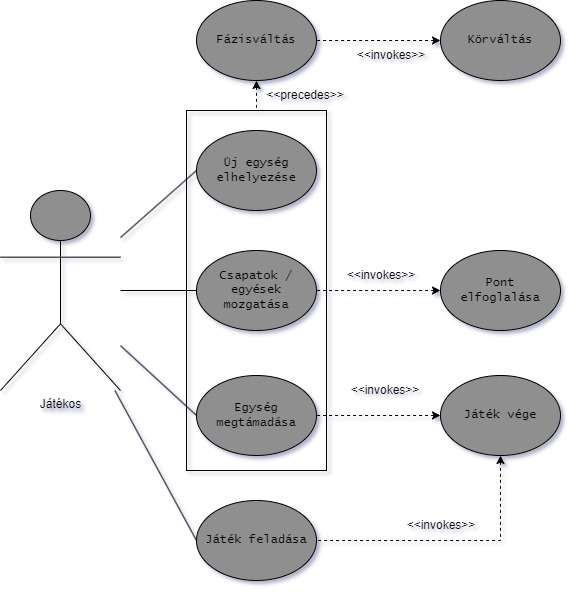
Before: Documents/Diagram/UseCase_Ingame.png, a diagram exported from draw.io (GrG0312/Szakdolgozat). Source tidied: cells renumbered, new cells last; positions are measured from the earlier drawing's top-left corner, leaving out a move shared by most shapes. Its diagram source:
```xml
<mxGraphModel>
  <root>
    <mxCell id="0" />
    <mxCell id="1" parent="0" />
    <mxCell id="2" style="rounded=0;whiteSpace=wrap;html=1;fillColor=none;" parent="1" vertex="1">
      <mxGeometry x="186" y="110" width="140" height="360" as="geometry" />
    </mxCell>
    <mxCell id="3" value="Játékos" style="shape=umlActor;verticalLabelPosition=bottom;verticalAlign=top;html=1;outlineConnect=0;gradientColor=none;fillColor=#8f8f8f;textShadow=1;labelBorderColor=none;labelBackgroundColor=none;" parent="1" vertex="1">
      <mxGeometry y="190" width="120" height="200" as="geometry" />
    </mxCell>
    <mxCell id="4" value="Csapatok / egyések mozgatása" style="ellipse;whiteSpace=wrap;html=1;fontFamily=Lucida Console;fontSize=12;textShadow=0;gradientColor=none;fillColor=#8f8f8f;spacingLeft=5;spacingRight=5;" parent="1" vertex="1">
      <mxGeometry x="196" y="250" width="120" height="80" as="geometry" />
    </mxCell>
    <mxCell id="5" value="Egység megtámadása" style="ellipse;whiteSpace=wrap;html=1;fontFamily=Lucida Console;fontSize=12;textShadow=0;gradientColor=none;fillColor=#8f8f8f;spacingLeft=5;spacingRight=5;" parent="1" vertex="1">
      <mxGeometry x="196" y="375" width="120" height="80" as="geometry" />
    </mxCell>
    <mxCell id="6" style="endArrow=none;html=1;rounded=0;entryX=0;entryY=0.5;entryDx=0;entryDy=0;" parent="1" edge="1" source="3" target="4">
      <mxGeometry relative="1" as="geometry" />
    </mxCell>
    <mxCell id="7" style="endArrow=none;html=1;rounded=0;entryX=0;entryY=0.5;entryDx=0;entryDy=0;" parent="1" edge="1" source="3" target="5">
      <mxGeometry relative="1" as="geometry" />
    </mxCell>
    <mxCell id="8" value="Pont elfoglalása" style="ellipse;whiteSpace=wrap;html=1;fontFamily=Lucida Console;fontSize=12;textShadow=0;gradientColor=none;fillColor=#8f8f8f;spacingLeft=5;spacingRight=5;" parent="1" vertex="1">
      <mxGeometry x="440" y="250" width="120" height="80" as="geometry" />
    </mxCell>
    <mxCell id="9" style="endArrow=none;dashed=1;html=1;rounded=0;exitX=0;exitY=0.5;exitDx=0;exitDy=0;entryX=1;entryY=0.5;entryDx=0;entryDy=0;startArrow=classic;startFill=1;" parent="1" edge="1" source="8" target="4">
      <mxGeometry relative="1" as="geometry" />
    </mxCell>
    <mxCell id="10" value="Játék vége" style="ellipse;whiteSpace=wrap;html=1;fontFamily=Lucida Console;fontSize=12;textShadow=0;gradientColor=none;fillColor=#8f8f8f;spacingLeft=5;spacingRight=5;" parent="1" vertex="1">
      <mxGeometry x="440" y="375" width="120" height="80" as="geometry" />
    </mxCell>
    <mxCell id="11" style="endArrow=none;dashed=1;html=1;rounded=0;exitX=0;exitY=0.5;exitDx=0;exitDy=0;entryX=1;entryY=0.5;entryDx=0;entryDy=0;startArrow=classic;startFill=1;" parent="1" edge="1" source="10" target="5">
      <mxGeometry relative="1" as="geometry" />
    </mxCell>
    <mxCell id="12" value="&amp;lt;&amp;lt;invokes&amp;gt;&amp;gt;" style="text;html=1;align=center;verticalAlign=middle;whiteSpace=wrap;rounded=0;" parent="1" vertex="1">
      <mxGeometry x="330" y="375" width="110" height="30" as="geometry" />
    </mxCell>
    <mxCell id="13" value="&amp;lt;&amp;lt;invokes&lt;span style=&quot;background-color: initial;&quot;&gt;&amp;gt;&amp;gt;&lt;/span&gt;" style="text;html=1;align=center;verticalAlign=middle;whiteSpace=wrap;rounded=0;" parent="1" vertex="1">
      <mxGeometry x="326" y="260" width="110" height="30" as="geometry" />
    </mxCell>
    <mxCell id="14" value="Fázisváltás" style="ellipse;whiteSpace=wrap;html=1;fontFamily=Lucida Console;fontSize=12;textShadow=0;gradientColor=none;fillColor=#8f8f8f;spacingLeft=5;spacingRight=5;" parent="1" vertex="1">
      <mxGeometry x="196" width="120" height="80" as="geometry" />
    </mxCell>
    <mxCell id="15" value="Körváltás" style="ellipse;whiteSpace=wrap;html=1;fontFamily=Lucida Console;fontSize=12;textShadow=0;gradientColor=none;fillColor=#8f8f8f;spacingLeft=5;spacingRight=5;" parent="1" vertex="1">
      <mxGeometry x="440" width="120" height="80" as="geometry" />
    </mxCell>
    <mxCell id="16" value="Új egység elhelyezése" style="ellipse;whiteSpace=wrap;html=1;fontFamily=Lucida Console;fontSize=12;textShadow=0;gradientColor=none;fillColor=#8f8f8f;spacingLeft=5;spacingRight=5;" parent="1" vertex="1">
      <mxGeometry x="196" y="130" width="120" height="80" as="geometry" />
    </mxCell>
    <mxCell id="17" style="endArrow=none;dashed=1;html=1;rounded=0;exitX=0.5;exitY=1;exitDx=0;exitDy=0;entryX=0.5;entryY=0;entryDx=0;entryDy=0;startArrow=classic;startFill=1;" parent="1" edge="1" source="14" target="2">
      <mxGeometry relative="1" as="geometry" />
    </mxCell>
    <mxCell id="18" value="&amp;lt;&amp;lt;precedes&lt;span style=&quot;background-color: initial;&quot;&gt;&amp;gt;&amp;gt;&lt;/span&gt;" style="text;html=1;align=center;verticalAlign=middle;whiteSpace=wrap;rounded=0;" parent="1" vertex="1">
      <mxGeometry x="250" y="80" width="110" height="30" as="geometry" />
    </mxCell>
    <mxCell id="19" value="&amp;lt;&amp;lt;invokes&lt;span style=&quot;background-color: initial;&quot;&gt;&amp;gt;&amp;gt;&lt;/span&gt;" style="text;html=1;align=center;verticalAlign=middle;whiteSpace=wrap;rounded=0;" parent="1" vertex="1">
      <mxGeometry x="336" y="40" width="110" height="30" as="geometry" />
    </mxCell>
    <mxCell id="20" style="endArrow=none;dashed=1;html=1;rounded=0;entryX=1;entryY=0.5;entryDx=0;entryDy=0;startArrow=classic;startFill=1;exitX=0;exitY=0.5;exitDx=0;exitDy=0;" parent="1" edge="1" source="15" target="14">
      <mxGeometry relative="1" as="geometry" />
    </mxCell>
    <mxCell id="21" value="Játék feladása" style="ellipse;whiteSpace=wrap;html=1;fontFamily=Lucida Console;fontSize=12;textShadow=0;gradientColor=none;fillColor=#8f8f8f;spacingLeft=5;spacingRight=5;" parent="1" vertex="1">
      <mxGeometry x="196" y="500" width="120" height="80" as="geometry" />
    </mxCell>
    <mxCell id="22" style="endArrow=none;html=1;rounded=0;exitX=0;exitY=0.5;exitDx=0;exitDy=0;" parent="1" edge="1" source="21" target="3">
      <mxGeometry relative="1" as="geometry" />
    </mxCell>
    <mxCell id="23" style="endArrow=none;html=1;rounded=0;entryX=0;entryY=0.5;entryDx=0;entryDy=0;" parent="1" edge="1" source="3" target="16">
      <mxGeometry relative="1" as="geometry" />
    </mxCell>
    <mxCell id="24" style="endArrow=none;dashed=1;html=1;rounded=0;exitX=0.5;exitY=1;exitDx=0;exitDy=0;entryX=1;entryY=0.5;entryDx=0;entryDy=0;startArrow=classic;startFill=1;" parent="1" edge="1" source="10" target="21">
      <mxGeometry relative="1" as="geometry">
        <Array as="points">
          <mxPoint x="500" y="540" />
        </Array>
      </mxGeometry>
    </mxCell>
    <mxCell id="25" value="&amp;lt;&amp;lt;invokes&amp;gt;&amp;gt;" style="text;html=1;align=center;verticalAlign=middle;whiteSpace=wrap;rounded=0;" parent="1" vertex="1">
      <mxGeometry x="386" y="510" width="110" height="30" as="geometry" />
    </mxCell>
  </root>
</mxGraphModel>
```
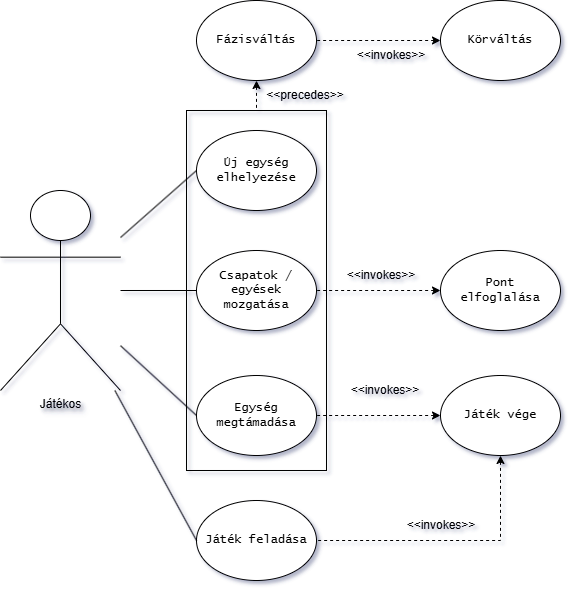
The same file after the commit.

The edit, as a diff of the source:
```diff
@@ -2,80 +2,80 @@
   <root>
     <mxCell id="0" />
     <mxCell id="1" parent="0" />
-    <mxCell id="2" style="rounded=0;whiteSpace=wrap;html=1;fillColor=none;" parent="1" vertex="1">
+    <mxCell id="2" style="rounded=0;whiteSpace=wrap;html=1;fillColor=none;labelBackgroundColor=none;" parent="1" vertex="1">
       <mxGeometry x="186" y="110" width="140" height="360" as="geometry" />
     </mxCell>
-    <mxCell id="3" value="Játékos" style="shape=umlActor;verticalLabelPosition=bottom;verticalAlign=top;html=1;outlineConnect=0;gradientColor=none;fillColor=#8f8f8f;textShadow=1;labelBorderColor=none;labelBackgroundColor=none;" parent="1" vertex="1">
+    <mxCell id="3" value="Játékos" style="shape=umlActor;verticalLabelPosition=bottom;verticalAlign=top;html=1;outlineConnect=0;textShadow=1;labelBorderColor=none;labelBackgroundColor=none;" parent="1" vertex="1">
       <mxGeometry y="190" width="120" height="200" as="geometry" />
     </mxCell>
-    <mxCell id="4" value="Csapatok / egyések mozgatása" style="ellipse;whiteSpace=wrap;html=1;fontFamily=Lucida Console;fontSize=12;textShadow=0;gradientColor=none;fillColor=#8f8f8f;spacingLeft=5;spacingRight=5;" parent="1" vertex="1">
+    <mxCell id="4" value="Csapatok / egyések mozgatása" style="ellipse;whiteSpace=wrap;html=1;fontFamily=Lucida Console;fontSize=12;textShadow=0;spacingLeft=5;spacingRight=5;labelBackgroundColor=none;" parent="1" vertex="1">
       <mxGeometry x="196" y="250" width="120" height="80" as="geometry" />
     </mxCell>
-    <mxCell id="5" value="Egység megtámadása" style="ellipse;whiteSpace=wrap;html=1;fontFamily=Lucida Console;fontSize=12;textShadow=0;gradientColor=none;fillColor=#8f8f8f;spacingLeft=5;spacingRight=5;" parent="1" vertex="1">
+    <mxCell id="5" value="Egység megtámadása" style="ellipse;whiteSpace=wrap;html=1;fontFamily=Lucida Console;fontSize=12;textShadow=0;spacingLeft=5;spacingRight=5;labelBackgroundColor=none;" parent="1" vertex="1">
       <mxGeometry x="196" y="375" width="120" height="80" as="geometry" />
     </mxCell>
-    <mxCell id="6" style="endArrow=none;html=1;rounded=0;entryX=0;entryY=0.5;entryDx=0;entryDy=0;" parent="1" edge="1" source="3" target="4">
+    <mxCell id="6" style="endArrow=none;html=1;rounded=0;entryX=0;entryY=0.5;entryDx=0;entryDy=0;labelBackgroundColor=none;fontColor=default;" parent="1" edge="1" source="3" target="4">
       <mxGeometry relative="1" as="geometry" />
     </mxCell>
-    <mxCell id="7" style="endArrow=none;html=1;rounded=0;entryX=0;entryY=0.5;entryDx=0;entryDy=0;" parent="1" edge="1" source="3" target="5">
+    <mxCell id="7" style="endArrow=none;html=1;rounded=0;entryX=0;entryY=0.5;entryDx=0;entryDy=0;labelBackgroundColor=none;fontColor=default;" parent="1" edge="1" source="3" target="5">
       <mxGeometry relative="1" as="geometry" />
     </mxCell>
-    <mxCell id="8" value="Pont elfoglalása" style="ellipse;whiteSpace=wrap;html=1;fontFamily=Lucida Console;fontSize=12;textShadow=0;gradientColor=none;fillColor=#8f8f8f;spacingLeft=5;spacingRight=5;" parent="1" vertex="1">
+    <mxCell id="8" value="Pont elfoglalása" style="ellipse;whiteSpace=wrap;html=1;fontFamily=Lucida Console;fontSize=12;textShadow=0;spacingLeft=5;spacingRight=5;labelBackgroundColor=none;" parent="1" vertex="1">
       <mxGeometry x="440" y="250" width="120" height="80" as="geometry" />
     </mxCell>
-    <mxCell id="9" style="endArrow=none;dashed=1;html=1;rounded=0;exitX=0;exitY=0.5;exitDx=0;exitDy=0;entryX=1;entryY=0.5;entryDx=0;entryDy=0;startArrow=classic;startFill=1;" parent="1" edge="1" source="8" target="4">
+    <mxCell id="9" style="endArrow=none;dashed=1;html=1;rounded=0;exitX=0;exitY=0.5;exitDx=0;exitDy=0;entryX=1;entryY=0.5;entryDx=0;entryDy=0;startArrow=classic;startFill=1;labelBackgroundColor=none;fontColor=default;" parent="1" edge="1" source="8" target="4">
       <mxGeometry relative="1" as="geometry" />
     </mxCell>
-    <mxCell id="10" value="Játék vége" style="ellipse;whiteSpace=wrap;html=1;fontFamily=Lucida Console;fontSize=12;textShadow=0;gradientColor=none;fillColor=#8f8f8f;spacingLeft=5;spacingRight=5;" parent="1" vertex="1">
+    <mxCell id="10" value="Játék vége" style="ellipse;whiteSpace=wrap;html=1;fontFamily=Lucida Console;fontSize=12;textShadow=0;spacingLeft=5;spacingRight=5;labelBackgroundColor=none;" parent="1" vertex="1">
       <mxGeometry x="440" y="375" width="120" height="80" as="geometry" />
     </mxCell>
-    <mxCell id="11" style="endArrow=none;dashed=1;html=1;rounded=0;exitX=0;exitY=0.5;exitDx=0;exitDy=0;entryX=1;entryY=0.5;entryDx=0;entryDy=0;startArrow=classic;startFill=1;" parent="1" edge="1" source="10" target="5">
+    <mxCell id="11" style="endArrow=none;dashed=1;html=1;rounded=0;exitX=0;exitY=0.5;exitDx=0;exitDy=0;entryX=1;entryY=0.5;entryDx=0;entryDy=0;startArrow=classic;startFill=1;labelBackgroundColor=none;fontColor=default;" parent="1" edge="1" source="10" target="5">
       <mxGeometry relative="1" as="geometry" />
     </mxCell>
-    <mxCell id="12" value="&amp;lt;&amp;lt;invokes&amp;gt;&amp;gt;" style="text;html=1;align=center;verticalAlign=middle;whiteSpace=wrap;rounded=0;" parent="1" vertex="1">
+    <mxCell id="12" value="&amp;lt;&amp;lt;invokes&amp;gt;&amp;gt;" style="text;html=1;align=center;verticalAlign=middle;whiteSpace=wrap;rounded=0;labelBackgroundColor=none;" parent="1" vertex="1">
       <mxGeometry x="330" y="375" width="110" height="30" as="geometry" />
     </mxCell>
-    <mxCell id="13" value="&amp;lt;&amp;lt;invokes&lt;span style=&quot;background-color: initial;&quot;&gt;&amp;gt;&amp;gt;&lt;/span&gt;" style="text;html=1;align=center;verticalAlign=middle;whiteSpace=wrap;rounded=0;" parent="1" vertex="1">
+    <mxCell id="13" value="&amp;lt;&amp;lt;invokes&lt;span style=&quot;background-color: initial;&quot;&gt;&amp;gt;&amp;gt;&lt;/span&gt;" style="text;html=1;align=center;verticalAlign=middle;whiteSpace=wrap;rounded=0;labelBackgroundColor=none;" parent="1" vertex="1">
       <mxGeometry x="326" y="260" width="110" height="30" as="geometry" />
     </mxCell>
-    <mxCell id="14" value="Fázisváltás" style="ellipse;whiteSpace=wrap;html=1;fontFamily=Lucida Console;fontSize=12;textShadow=0;gradientColor=none;fillColor=#8f8f8f;spacingLeft=5;spacingRight=5;" parent="1" vertex="1">
+    <mxCell id="14" value="Fázisváltás" style="ellipse;whiteSpace=wrap;html=1;fontFamily=Lucida Console;fontSize=12;textShadow=0;spacingLeft=5;spacingRight=5;labelBackgroundColor=none;" parent="1" vertex="1">
       <mxGeometry x="196" width="120" height="80" as="geometry" />
     </mxCell>
-    <mxCell id="15" value="Körváltás" style="ellipse;whiteSpace=wrap;html=1;fontFamily=Lucida Console;fontSize=12;textShadow=0;gradientColor=none;fillColor=#8f8f8f;spacingLeft=5;spacingRight=5;" parent="1" vertex="1">
+    <mxCell id="15" value="Körváltás" style="ellipse;whiteSpace=wrap;html=1;fontFamily=Lucida Console;fontSize=12;textShadow=0;spacingLeft=5;spacingRight=5;labelBackgroundColor=none;" parent="1" vertex="1">
       <mxGeometry x="440" width="120" height="80" as="geometry" />
     </mxCell>
-    <mxCell id="16" value="Új egység elhelyezése" style="ellipse;whiteSpace=wrap;html=1;fontFamily=Lucida Console;fontSize=12;textShadow=0;gradientColor=none;fillColor=#8f8f8f;spacingLeft=5;spacingRight=5;" parent="1" vertex="1">
+    <mxCell id="16" value="Új egység elhelyezése" style="ellipse;whiteSpace=wrap;html=1;fontFamily=Lucida Console;fontSize=12;textShadow=0;spacingLeft=5;spacingRight=5;labelBackgroundColor=none;" parent="1" vertex="1">
       <mxGeometry x="196" y="130" width="120" height="80" as="geometry" />
     </mxCell>
-    <mxCell id="17" style="endArrow=none;dashed=1;html=1;rounded=0;exitX=0.5;exitY=1;exitDx=0;exitDy=0;entryX=0.5;entryY=0;entryDx=0;entryDy=0;startArrow=classic;startFill=1;" parent="1" edge="1" source="14" target="2">
+    <mxCell id="17" style="endArrow=none;dashed=1;html=1;rounded=0;exitX=0.5;exitY=1;exitDx=0;exitDy=0;entryX=0.5;entryY=0;entryDx=0;entryDy=0;startArrow=classic;startFill=1;labelBackgroundColor=none;fontColor=default;" parent="1" edge="1" source="14" target="2">
       <mxGeometry relative="1" as="geometry" />
     </mxCell>
-    <mxCell id="18" value="&amp;lt;&amp;lt;precedes&lt;span style=&quot;background-color: initial;&quot;&gt;&amp;gt;&amp;gt;&lt;/span&gt;" style="text;html=1;align=center;verticalAlign=middle;whiteSpace=wrap;rounded=0;" parent="1" vertex="1">
+    <mxCell id="18" value="&amp;lt;&amp;lt;precedes&lt;span style=&quot;background-color: initial;&quot;&gt;&amp;gt;&amp;gt;&lt;/span&gt;" style="text;html=1;align=center;verticalAlign=middle;whiteSpace=wrap;rounded=0;labelBackgroundColor=none;" parent="1" vertex="1">
       <mxGeometry x="250" y="80" width="110" height="30" as="geometry" />
     </mxCell>
-    <mxCell id="19" value="&amp;lt;&amp;lt;invokes&lt;span style=&quot;background-color: initial;&quot;&gt;&amp;gt;&amp;gt;&lt;/span&gt;" style="text;html=1;align=center;verticalAlign=middle;whiteSpace=wrap;rounded=0;" parent="1" vertex="1">
+    <mxCell id="19" value="&amp;lt;&amp;lt;invokes&lt;span style=&quot;background-color: initial;&quot;&gt;&amp;gt;&amp;gt;&lt;/span&gt;" style="text;html=1;align=center;verticalAlign=middle;whiteSpace=wrap;rounded=0;labelBackgroundColor=none;" parent="1" vertex="1">
       <mxGeometry x="336" y="40" width="110" height="30" as="geometry" />
     </mxCell>
-    <mxCell id="20" style="endArrow=none;dashed=1;html=1;rounded=0;entryX=1;entryY=0.5;entryDx=0;entryDy=0;startArrow=classic;startFill=1;exitX=0;exitY=0.5;exitDx=0;exitDy=0;" parent="1" edge="1" source="15" target="14">
+    <mxCell id="20" style="endArrow=none;dashed=1;html=1;rounded=0;entryX=1;entryY=0.5;entryDx=0;entryDy=0;startArrow=classic;startFill=1;exitX=0;exitY=0.5;exitDx=0;exitDy=0;labelBackgroundColor=none;fontColor=default;" parent="1" edge="1" source="15" target="14">
       <mxGeometry relative="1" as="geometry" />
     </mxCell>
-    <mxCell id="21" value="Játék feladása" style="ellipse;whiteSpace=wrap;html=1;fontFamily=Lucida Console;fontSize=12;textShadow=0;gradientColor=none;fillColor=#8f8f8f;spacingLeft=5;spacingRight=5;" parent="1" vertex="1">
+    <mxCell id="21" value="Játék feladása" style="ellipse;whiteSpace=wrap;html=1;fontFamily=Lucida Console;fontSize=12;textShadow=0;spacingLeft=5;spacingRight=5;labelBackgroundColor=none;" parent="1" vertex="1">
       <mxGeometry x="196" y="500" width="120" height="80" as="geometry" />
     </mxCell>
-    <mxCell id="22" style="endArrow=none;html=1;rounded=0;exitX=0;exitY=0.5;exitDx=0;exitDy=0;" parent="1" edge="1" source="21" target="3">
+    <mxCell id="22" style="endArrow=none;html=1;rounded=0;exitX=0;exitY=0.5;exitDx=0;exitDy=0;labelBackgroundColor=none;fontColor=default;" parent="1" edge="1" source="21" target="3">
       <mxGeometry relative="1" as="geometry" />
     </mxCell>
-    <mxCell id="23" style="endArrow=none;html=1;rounded=0;entryX=0;entryY=0.5;entryDx=0;entryDy=0;" parent="1" edge="1" source="3" target="16">
+    <mxCell id="23" style="endArrow=none;html=1;rounded=0;entryX=0;entryY=0.5;entryDx=0;entryDy=0;labelBackgroundColor=none;fontColor=default;" parent="1" edge="1" source="3" target="16">
       <mxGeometry relative="1" as="geometry" />
     </mxCell>
-    <mxCell id="24" style="endArrow=none;dashed=1;html=1;rounded=0;exitX=0.5;exitY=1;exitDx=0;exitDy=0;entryX=1;entryY=0.5;entryDx=0;entryDy=0;startArrow=classic;startFill=1;" parent="1" edge="1" source="10" target="21">
+    <mxCell id="24" style="endArrow=none;dashed=1;html=1;rounded=0;exitX=0.5;exitY=1;exitDx=0;exitDy=0;entryX=1;entryY=0.5;entryDx=0;entryDy=0;startArrow=classic;startFill=1;labelBackgroundColor=none;fontColor=default;" parent="1" edge="1" source="10" target="21">
       <mxGeometry relative="1" as="geometry">
         <Array as="points">
           <mxPoint x="500" y="540" />
         </Array>
       </mxGeometry>
     </mxCell>
-    <mxCell id="25" value="&amp;lt;&amp;lt;invokes&amp;gt;&amp;gt;" style="text;html=1;align=center;verticalAlign=middle;whiteSpace=wrap;rounded=0;" parent="1" vertex="1">
+    <mxCell id="25" value="&amp;lt;&amp;lt;invokes&amp;gt;&amp;gt;" style="text;html=1;align=center;verticalAlign=middle;whiteSpace=wrap;rounded=0;labelBackgroundColor=none;" parent="1" vertex="1">
       <mxGeometry x="386" y="510" width="110" height="30" as="geometry" />
     </mxCell>
   </root>
```
